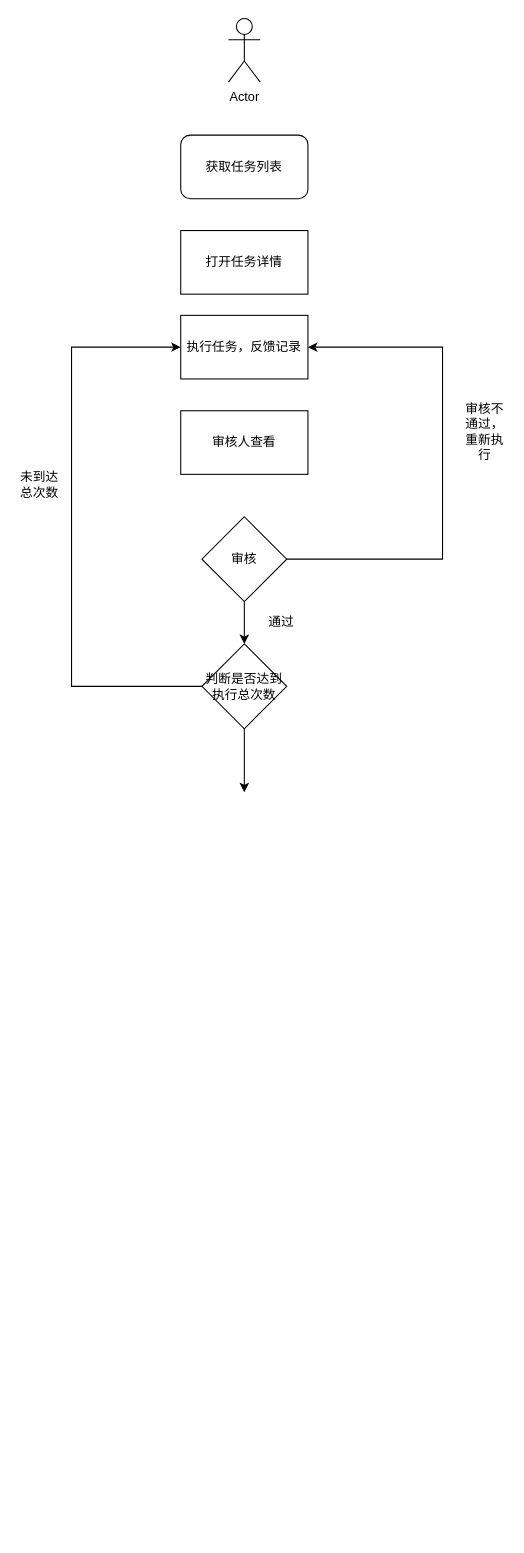
The draw.io diagram 巡检记录.drawio in jinnians/test, before the edit. Source tidied: cells renumbered, new cells numbered last; positions are measured from the earlier drawing's top-left corner, leaving out a move shared by most shapes. Both pictures are drawn from the tidied source at 106%, with x=0, y=0 at pixel (18, 18).
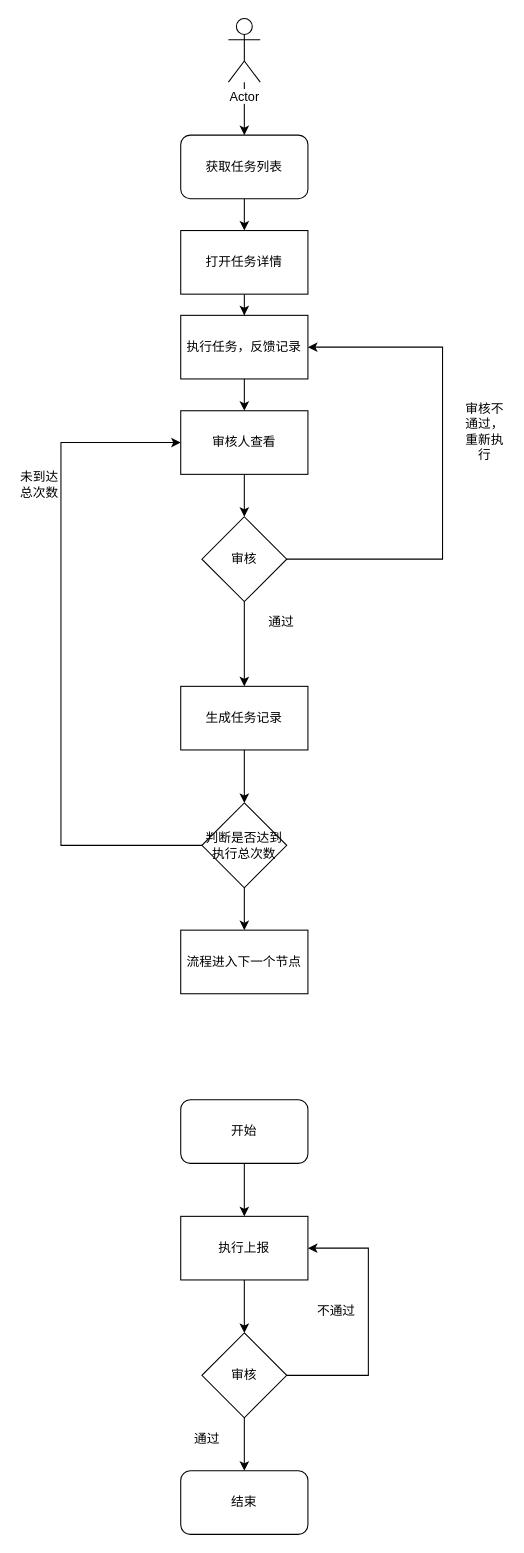
After the change.

Unchanged cells that the change refers to:
```xml
<mxCell id="2" value="获取任务列表" style="rounded=1;whiteSpace=wrap;html=1;" parent="1" vertex="1">
  <mxGeometry x="153" y="110" width="120" height="60" as="geometry" />
</mxCell>
<mxCell id="3" value="Actor" style="shape=umlActor;verticalLabelPosition=bottom;labelBackgroundColor=#ffffff;verticalAlign=top;html=1;outlineConnect=0;" parent="1" vertex="1">
  <mxGeometry x="198" width="30" height="60" as="geometry" />
</mxCell>
<mxCell id="4" value="打开任务详情" style="rounded=0;whiteSpace=wrap;html=1;" parent="1" vertex="1">
  <mxGeometry x="153" y="200" width="120" height="60" as="geometry" />
</mxCell>
<mxCell id="5" value="执行任务，反馈记录" style="rounded=0;whiteSpace=wrap;html=1;" parent="1" vertex="1">
  <mxGeometry x="153" y="280" width="120" height="60" as="geometry" />
</mxCell>
<mxCell id="6" value="审核人查看" style="rounded=0;whiteSpace=wrap;html=1;" parent="1" vertex="1">
  <mxGeometry x="153" y="370" width="120" height="60" as="geometry" />
</mxCell>
<mxCell id="9" value="审核" style="rhombus;whiteSpace=wrap;html=1;" parent="1" vertex="1">
  <mxGeometry x="173" y="470" width="80" height="80" as="geometry" />
</mxCell>
```

The edit, as a diff of the source:
```diff
@@
+    <mxCell id="16" style="edgeStyle=orthogonalEdgeStyle;rounded=0;jettySize=auto;html=1;" parent="1" edge="1" source="2" target="4">
+      <mxGeometry relative="1" as="geometry" />
+    </mxCell>
@@
+    <mxCell id="17" style="edgeStyle=orthogonalEdgeStyle;rounded=0;jettySize=auto;html=1;entryX=0.5;entryY=0;entryDx=0;entryDy=0;" parent="1" edge="1" source="3" target="2">
+      <mxGeometry relative="1" as="geometry" />
+    </mxCell>
@@
+    <mxCell id="18" style="edgeStyle=orthogonalEdgeStyle;rounded=0;jettySize=auto;html=1;entryX=0.5;entryY=0;entryDx=0;entryDy=0;" parent="1" edge="1" source="4" target="5">
+      <mxGeometry relative="1" as="geometry" />
+    </mxCell>
@@
+    <mxCell id="19" style="edgeStyle=orthogonalEdgeStyle;rounded=0;jettySize=auto;html=1;" parent="1" edge="1" source="5" target="6">
+      <mxGeometry relative="1" as="geometry" />
+    </mxCell>
@@
+    <mxCell id="20" style="edgeStyle=orthogonalEdgeStyle;rounded=0;jettySize=auto;html=1;entryX=0.5;entryY=0;entryDx=0;entryDy=0;" parent="1" edge="1" source="6" target="9">
+      <mxGeometry relative="1" as="geometry" />
+    </mxCell>
@@
-    <mxCell id="8" style="edgeStyle=orthogonalEdgeStyle;rounded=0;jettySize=auto;html=1;" parent="1" edge="1" source="9" target="13">
-      <mxGeometry relative="1" as="geometry" />
-    </mxCell>
+    <mxCell id="21" style="edgeStyle=orthogonalEdgeStyle;rounded=0;jettySize=auto;html=1;" parent="1" edge="1" source="9" target="25">
+      <mxGeometry relative="1" as="geometry" />
+    </mxCell>
@@
-    <mxCell id="11" style="edgeStyle=orthogonalEdgeStyle;rounded=0;jettySize=auto;html=1;entryX=0;entryY=0.5;entryDx=0;entryDy=0;" parent="1" edge="1" source="13" target="5">
-      <mxGeometry relative="1" as="geometry">
-        <Array as="points">
-          <mxPoint x="50" y="630" />
-          <mxPoint x="50" y="310" />
-        </Array>
-      </mxGeometry>
-    </mxCell>
-    <mxCell id="12" style="edgeStyle=orthogonalEdgeStyle;rounded=0;jettySize=auto;html=1;entryX=0.5;entryY=0;entryDx=0;entryDy=0;" parent="1" edge="1" source="13">
-      <mxGeometry relative="1" as="geometry">
-        <mxPoint x="213" y="730" as="targetPoint" />
-      </mxGeometry>
-    </mxCell>
+    <mxCell id="22" style="edgeStyle=orthogonalEdgeStyle;rounded=0;jettySize=auto;html=1;entryX=0;entryY=0.5;entryDx=0;entryDy=0;" parent="1" edge="1" source="13" target="6">
+      <mxGeometry relative="1" as="geometry">
+        <Array as="points">
+          <mxPoint x="40" y="780" />
+          <mxPoint x="40" y="400" />
+        </Array>
+      </mxGeometry>
+    </mxCell>
+    <mxCell id="23" style="edgeStyle=orthogonalEdgeStyle;rounded=0;jettySize=auto;html=1;" parent="1" edge="1" source="13" target="26">
+      <mxGeometry relative="1" as="geometry" />
+    </mxCell>
     <mxCell id="13" value="判断是否达到执行总次数" style="rhombus;whiteSpace=wrap;html=1;" parent="1" vertex="1">
-      <mxGeometry x="173" y="590" width="80" height="80" as="geometry" />
+      <mxGeometry x="173" y="740" width="80" height="80" as="geometry" />
     </mxCell>
@@
+    <mxCell id="24" style="edgeStyle=orthogonalEdgeStyle;rounded=0;jettySize=auto;html=1;entryX=0.5;entryY=0;entryDx=0;entryDy=0;" parent="1" edge="1" source="25" target="13">
+      <mxGeometry relative="1" as="geometry" />
+    </mxCell>
+    <mxCell id="25" value="生成任务记录" style="rounded=0;whiteSpace=wrap;html=1;" parent="1" vertex="1">
+      <mxGeometry x="153" y="630" width="120" height="60" as="geometry" />
+    </mxCell>
+    <mxCell id="26" value="流程进入下一个节点" style="rounded=0;whiteSpace=wrap;html=1;" parent="1" vertex="1">
+      <mxGeometry x="153" y="860" width="120" height="60" as="geometry" />
+    </mxCell>
+    <mxCell id="27" style="edgeStyle=orthogonalEdgeStyle;rounded=0;jettySize=auto;html=1;" parent="1" edge="1" source="28" target="30">
+      <mxGeometry relative="1" as="geometry" />
+    </mxCell>
+    <mxCell id="28" value="开始" style="rounded=1;whiteSpace=wrap;html=1;" parent="1" vertex="1">
+      <mxGeometry x="153" y="1020" width="120" height="60" as="geometry" />
+    </mxCell>
+    <mxCell id="29" style="edgeStyle=orthogonalEdgeStyle;rounded=0;jettySize=auto;html=1;" parent="1" edge="1" source="30" target="33">
+      <mxGeometry relative="1" as="geometry" />
+    </mxCell>
+    <mxCell id="30" value="执行上报" style="rounded=0;whiteSpace=wrap;html=1;" parent="1" vertex="1">
+      <mxGeometry x="153" y="1130" width="120" height="60" as="geometry" />
+    </mxCell>
+    <mxCell id="31" style="edgeStyle=orthogonalEdgeStyle;rounded=0;jettySize=auto;html=1;" parent="1" edge="1" source="33" target="34">
+      <mxGeometry relative="1" as="geometry" />
+    </mxCell>
+    <mxCell id="32" style="edgeStyle=orthogonalEdgeStyle;rounded=0;jettySize=auto;html=1;entryX=1;entryY=0.5;entryDx=0;entryDy=0;" parent="1" edge="1" source="33" target="30">
+      <mxGeometry relative="1" as="geometry">
+        <Array as="points">
+          <mxPoint x="330" y="1280" />
+          <mxPoint x="330" y="1160" />
+        </Array>
+      </mxGeometry>
+    </mxCell>
+    <mxCell id="33" value="审核" style="rhombus;whiteSpace=wrap;html=1;" parent="1" vertex="1">
+      <mxGeometry x="173" y="1240" width="80" height="80" as="geometry" />
+    </mxCell>
+    <mxCell id="34" value="结束" style="rounded=1;whiteSpace=wrap;html=1;" parent="1" vertex="1">
+      <mxGeometry x="153" y="1370" width="120" height="60" as="geometry" />
+    </mxCell>
+    <mxCell id="35" value="通过" style="text;html=1;strokeColor=none;fillColor=none;align=center;verticalAlign=middle;whiteSpace=wrap;rounded=0;" parent="1" vertex="1">
+      <mxGeometry x="158" y="1330" width="40" height="20" as="geometry" />
+    </mxCell>
+    <mxCell id="36" value="不通过" style="text;html=1;strokeColor=none;fillColor=none;align=center;verticalAlign=middle;whiteSpace=wrap;rounded=0;" parent="1" vertex="1">
+      <mxGeometry x="280" y="1210" width="40" height="20" as="geometry" />
+    </mxCell>
```
